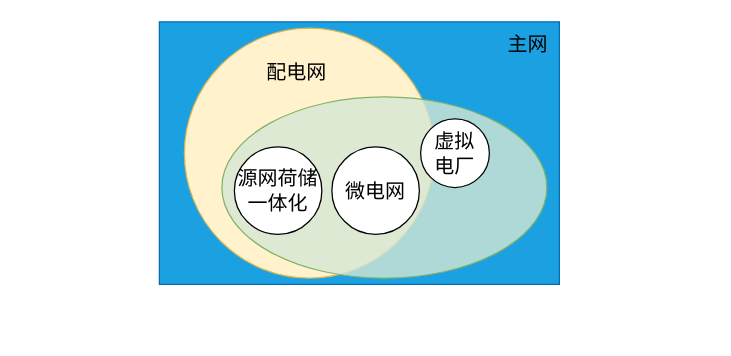
Before: SJTUthesisImages.drawio in Pengyu-Jin/draw.io-projects-file, a draw.io diagram. Source tidied: cells renumbered, new cells numbered last; positions are measured from the earlier drawing's top-left corner, leaving out a move shared by most shapes. Both pictures are drawn from the tidied source at 125%, with x=0, y=0 at pixel (159, 21).
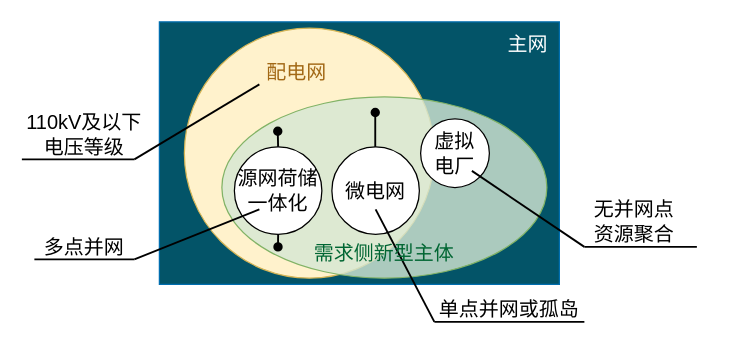
After the change.

Unchanged cells that the change refers to:
```xml
<mxCell id="8" value="&lt;font style=&quot;font-size: 16px;&quot;&gt;微电网&lt;/font&gt;" style="ellipse;whiteSpace=wrap;html=1;" parent="1" vertex="1">
  <mxGeometry x="138" y="100" width="70" height="70" as="geometry" />
</mxCell>
```

Diff of the diagram source:
```diff
@@
-    <mxCell id="2" style="rounded=0;whiteSpace=wrap;html=1;fillColor=#1ba1e2;strokeColor=#006EAF;fontColor=#ffffff;" parent="1" vertex="1">
+    <mxCell id="2" style="rounded=0;whiteSpace=wrap;html=1;fillColor=light-dark(#035468, #198cc4);strokeColor=#006EAF;fontColor=#ffffff;" parent="1" vertex="1">
       <mxGeometry width="320" height="210" as="geometry" />
     </mxCell>
@@
-    <mxCell id="4" value="主网" style="text;strokeColor=none;align=center;fillColor=none;html=1;verticalAlign=middle;whiteSpace=wrap;rounded=0;fontSize=16;" parent="1" vertex="1">
+    <mxCell id="4" value="&lt;font style=&quot;color: rgb(255, 255, 255);&quot;&gt;主网&lt;/font&gt;" style="text;strokeColor=none;align=center;fillColor=none;html=1;verticalAlign=middle;whiteSpace=wrap;rounded=0;fontSize=16;" parent="1" vertex="1">
       <mxGeometry x="270" width="50" height="35" as="geometry" />
     </mxCell>
@@
-    <mxCell id="6" value="配电网" style="text;strokeColor=none;align=center;fillColor=none;html=1;verticalAlign=middle;whiteSpace=wrap;rounded=0;fontSize=16;" parent="1" vertex="1">
+    <mxCell id="6" value="&lt;font style=&quot;color: light-dark(rgb(162, 104, 21), rgb(237, 237, 237));&quot;&gt;配电网&lt;/font&gt;" style="text;strokeColor=none;align=center;fillColor=none;html=1;verticalAlign=middle;whiteSpace=wrap;rounded=0;fontSize=16;" parent="1" vertex="1">
       <mxGeometry x="80" y="20" width="60" height="40" as="geometry" />
     </mxCell>
@@
+    <mxCell id="10" style="endArrow=none;html=1;rounded=0;entryX=0;entryY=0.75;entryDx=0;entryDy=0;strokeWidth=1.5;" parent="1" edge="1" target="6">
+      <mxGeometry relative="1" as="geometry">
+        <mxPoint x="-20" y="110" as="sourcePoint" />
+      </mxGeometry>
+    </mxCell>
+    <mxCell id="11" style="endArrow=none;html=1;rounded=0;strokeWidth=1.5;" parent="1" edge="1">
+      <mxGeometry relative="1" as="geometry">
+        <mxPoint x="-110" y="110" as="sourcePoint" />
+        <mxPoint x="-20" y="110" as="targetPoint" />
+      </mxGeometry>
+    </mxCell>
+    <mxCell id="12" style="endArrow=none;html=1;rounded=0;entryX=0;entryY=0.75;entryDx=0;entryDy=0;strokeWidth=1.5;" parent="1" edge="1">
+      <mxGeometry relative="1" as="geometry">
+        <mxPoint x="-20" y="190" as="sourcePoint" />
+        <mxPoint x="80" y="150" as="targetPoint" />
+      </mxGeometry>
+    </mxCell>
+    <mxCell id="13" style="endArrow=none;html=1;rounded=0;strokeWidth=1.5;" parent="1" edge="1">
+      <mxGeometry relative="1" as="geometry">
+        <mxPoint x="-100" y="190" as="sourcePoint" />
+        <mxPoint x="-20" y="190" as="targetPoint" />
+      </mxGeometry>
+    </mxCell>
+    <mxCell id="14" style="endArrow=none;html=1;rounded=0;strokeWidth=1.5;" parent="1" edge="1">
+      <mxGeometry relative="1" as="geometry">
+        <mxPoint x="220" y="240" as="sourcePoint" />
+        <mxPoint x="340" y="240" as="targetPoint" />
+      </mxGeometry>
+    </mxCell>
+    <mxCell id="15" style="endArrow=none;html=1;rounded=0;strokeWidth=1.5;entryX=0.5;entryY=0.714;entryDx=0;entryDy=0;entryPerimeter=0;" parent="1" edge="1" target="8">
+      <mxGeometry relative="1" as="geometry">
+        <mxPoint x="220" y="240" as="sourcePoint" />
+      </mxGeometry>
+    </mxCell>
+    <mxCell id="16" style="endArrow=none;html=1;rounded=0;strokeWidth=1.5;" parent="1" edge="1">
+      <mxGeometry relative="1" as="geometry">
+        <mxPoint x="340" y="180" as="sourcePoint" />
+        <mxPoint x="430" y="180" as="targetPoint" />
+      </mxGeometry>
+    </mxCell>
+    <mxCell id="17" style="endArrow=none;html=1;rounded=0;strokeWidth=1.5;" parent="1" edge="1">
+      <mxGeometry relative="1" as="geometry">
+        <mxPoint x="250" y="119.2" as="sourcePoint" />
+        <mxPoint x="340" y="180" as="targetPoint" />
+      </mxGeometry>
+    </mxCell>
+    <mxCell id="18" value="110kV及以下电压等级" style="text;strokeColor=none;align=center;fillColor=none;html=1;verticalAlign=middle;whiteSpace=wrap;rounded=0;fontSize=16;" parent="1" vertex="1">
+      <mxGeometry x="-110" y="70" width="100" height="40" as="geometry" />
+    </mxCell>
+    <mxCell id="19" value="多点并网" style="text;strokeColor=none;align=center;fillColor=none;html=1;verticalAlign=middle;whiteSpace=wrap;rounded=0;fontSize=16;" parent="1" vertex="1">
+      <mxGeometry x="-110" y="160" width="100" height="40" as="geometry" />
+    </mxCell>
+    <mxCell id="20" value="单点并网或孤岛" style="text;strokeColor=none;align=center;fillColor=none;html=1;verticalAlign=middle;whiteSpace=wrap;rounded=0;fontSize=16;" parent="1" vertex="1">
+      <mxGeometry x="220" y="210" width="120" height="40" as="geometry" />
+    </mxCell>
+    <mxCell id="21" value="无并网点&lt;div&gt;资源聚合&lt;/div&gt;" style="text;strokeColor=none;align=center;fillColor=none;html=1;verticalAlign=middle;whiteSpace=wrap;rounded=0;fontSize=16;" parent="1" vertex="1">
+      <mxGeometry x="320" y="140" width="120" height="40" as="geometry" />
+    </mxCell>
+    <mxCell id="22" style="endArrow=oval;html=1;rounded=0;strokeWidth=1.5;endFill=1;" parent="1" edge="1">
+      <mxGeometry relative="1" as="geometry">
+        <mxPoint x="95" y="100" as="sourcePoint" />
+        <mxPoint x="94.7" y="87.5" as="targetPoint" />
+      </mxGeometry>
+    </mxCell>
+    <mxCell id="23" style="endArrow=oval;html=1;rounded=0;strokeWidth=1.5;endFill=1;" parent="1" edge="1">
+      <mxGeometry relative="1" as="geometry">
+        <mxPoint x="172.7" y="100" as="sourcePoint" />
+        <mxPoint x="172.7" y="72.5" as="targetPoint" />
+      </mxGeometry>
+    </mxCell>
+    <mxCell id="24" style="endArrow=oval;html=1;rounded=0;strokeWidth=1.5;endFill=1;" parent="1" edge="1">
+      <mxGeometry relative="1" as="geometry">
+        <mxPoint x="95" y="170" as="sourcePoint" />
+        <mxPoint x="94.9" y="180" as="targetPoint" />
+      </mxGeometry>
+    </mxCell>
+    <mxCell id="25" value="&lt;font style=&quot;color: light-dark(rgb(0, 102, 51), rgb(237, 237, 237));&quot;&gt;需求侧新型主体&lt;/font&gt;" style="text;strokeColor=none;align=center;fillColor=none;html=1;verticalAlign=middle;whiteSpace=wrap;rounded=0;fontSize=16;" parent="1" vertex="1">
+      <mxGeometry x="120" y="165" width="120" height="40" as="geometry" />
+    </mxCell>
```
